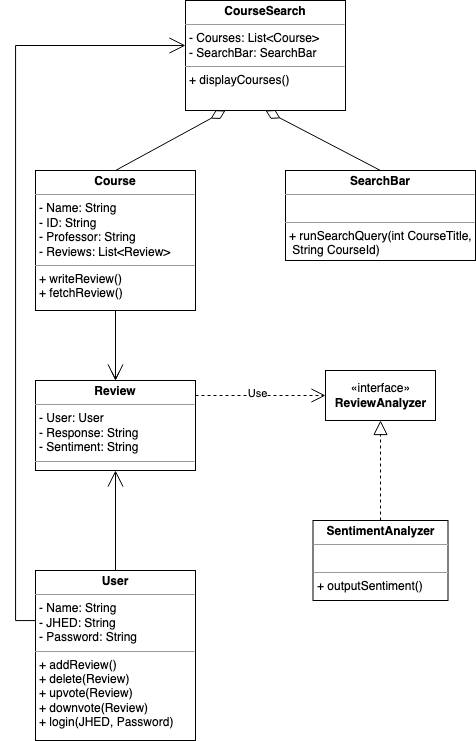
echua3/course-sentiment-analyzer keeps this draw.io diagram as docs/design/it4_class_diagram1.png. Above is the earlier version. Source tidied: cells renumbered, new cells last; positions are measured from the earlier drawing's top-left corner, leaving out a move shared by most shapes.
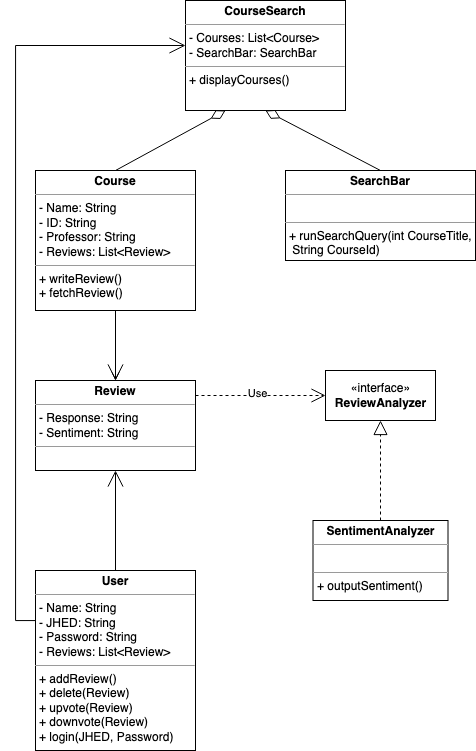
Above is the later version.

Diff of the diagram source:
```diff
@@ -17,7 +17,7 @@
     <mxCell id="6" style="edgeStyle=none;rounded=0;jettySize=auto;html=1;exitX=0.5;exitY=1;exitDx=0;exitDy=0;entryX=0.5;entryY=0;entryDx=0;entryDy=0;startArrow=open;startFill=0;endArrow=none;endFill=0;startSize=14;endSize=14;sourcePerimeterSpacing=0;" parent="1" edge="1" source="7" target="9">
       <mxGeometry relative="1" as="geometry" />
     </mxCell>
-    <mxCell id="7" value="&lt;p style=&quot;margin:0px;margin-top:4px;text-align:center;&quot;&gt;&lt;b&gt;Review&lt;/b&gt;&lt;/p&gt;&lt;hr size=&quot;1&quot;&gt;&lt;p style=&quot;margin:0px;margin-left:4px;&quot;&gt;- User: User&lt;/p&gt;&lt;p style=&quot;margin:0px;margin-left:4px;&quot;&gt;- Response: String&lt;/p&gt;&lt;p style=&quot;margin:0px;margin-left:4px;&quot;&gt;- Sentiment: String&lt;/p&gt;&lt;hr size=&quot;1&quot;&gt;&lt;p style=&quot;margin:0px;margin-left:4px;&quot;&gt;&lt;br&gt;&lt;/p&gt;" style="verticalAlign=top;align=left;overflow=fill;fontSize=12;fontFamily=Helvetica;html=1;" parent="1" vertex="1">
+    <mxCell id="7" value="&lt;p style=&quot;margin:0px;margin-top:4px;text-align:center;&quot;&gt;&lt;b&gt;Review&lt;/b&gt;&lt;/p&gt;&lt;hr size=&quot;1&quot;&gt;&lt;p style=&quot;margin:0px;margin-left:4px;&quot;&gt;&lt;span style=&quot;background-color: initial;&quot;&gt;- Response: String&lt;/span&gt;&lt;br&gt;&lt;/p&gt;&lt;p style=&quot;margin:0px;margin-left:4px;&quot;&gt;- Sentiment: String&lt;/p&gt;&lt;hr size=&quot;1&quot;&gt;&lt;p style=&quot;margin:0px;margin-left:4px;&quot;&gt;&lt;br&gt;&lt;/p&gt;" style="verticalAlign=top;align=left;overflow=fill;fontSize=12;fontFamily=Helvetica;html=1;" parent="1" vertex="1">
       <mxGeometry x="20" y="380" width="160" height="90" as="geometry" />
     </mxCell>
     <mxCell id="8" style="edgeStyle=orthogonalEdgeStyle;rounded=0;jettySize=auto;html=1;exitX=0;exitY=0.5;exitDx=0;exitDy=0;startArrow=none;startFill=0;endArrow=open;endFill=0;startSize=14;endSize=14;sourcePerimeterSpacing=0;" parent="1" edge="1" source="9" target="12">
@@ -28,8 +28,8 @@
         </Array>
       </mxGeometry>
     </mxCell>
-    <mxCell id="9" value="&lt;p style=&quot;margin:0px;margin-top:4px;text-align:center;&quot;&gt;&lt;b&gt;User&lt;/b&gt;&lt;/p&gt;&lt;hr size=&quot;1&quot;&gt;&lt;p style=&quot;margin:0px;margin-left:4px;&quot;&gt;- Name: String&lt;/p&gt;&lt;p style=&quot;margin:0px;margin-left:4px;&quot;&gt;- JHED: String&lt;br&gt;&lt;/p&gt;&lt;p style=&quot;margin:0px;margin-left:4px;&quot;&gt;- Password: String&lt;/p&gt;&lt;hr size=&quot;1&quot;&gt;&lt;p style=&quot;margin:0px;margin-left:4px;&quot;&gt;+ addReview()&lt;/p&gt;&lt;p style=&quot;margin:0px;margin-left:4px;&quot;&gt;+ delete(Review)&lt;/p&gt;&lt;p style=&quot;margin:0px;margin-left:4px;&quot;&gt;+ upvote(Review)&lt;/p&gt;&lt;p style=&quot;margin: 0px 0px 0px 4px;&quot;&gt;+ downvote(Review)&lt;/p&gt;&lt;p style=&quot;margin:0px;margin-left:4px;&quot;&gt;+ login(JHED, Password)&lt;/p&gt;" style="verticalAlign=top;align=left;overflow=fill;fontSize=12;fontFamily=Helvetica;html=1;" parent="1" vertex="1">
-      <mxGeometry x="20" y="570" width="160" height="170" as="geometry" />
+    <mxCell id="9" value="&lt;p style=&quot;margin:0px;margin-top:4px;text-align:center;&quot;&gt;&lt;b&gt;User&lt;/b&gt;&lt;/p&gt;&lt;hr size=&quot;1&quot;&gt;&lt;p style=&quot;margin:0px;margin-left:4px;&quot;&gt;- Name: String&lt;/p&gt;&lt;p style=&quot;margin:0px;margin-left:4px;&quot;&gt;- JHED: String&lt;br&gt;&lt;/p&gt;&lt;p style=&quot;margin:0px;margin-left:4px;&quot;&gt;- Password: String&lt;/p&gt;&lt;p style=&quot;margin:0px;margin-left:4px;&quot;&gt;- Reviews: List&amp;lt;Review&amp;gt;&lt;/p&gt;&lt;hr size=&quot;1&quot;&gt;&lt;p style=&quot;margin:0px;margin-left:4px;&quot;&gt;+ addReview()&lt;/p&gt;&lt;p style=&quot;margin:0px;margin-left:4px;&quot;&gt;+ delete(Review)&lt;/p&gt;&lt;p style=&quot;margin:0px;margin-left:4px;&quot;&gt;+ upvote(Review)&lt;/p&gt;&lt;p style=&quot;margin: 0px 0px 0px 4px;&quot;&gt;+ downvote(Review)&lt;/p&gt;&lt;p style=&quot;margin:0px;margin-left:4px;&quot;&gt;+ login(JHED, Password)&lt;/p&gt;" style="verticalAlign=top;align=left;overflow=fill;fontSize=12;fontFamily=Helvetica;html=1;" parent="1" vertex="1">
+      <mxGeometry x="20" y="570" width="160" height="180" as="geometry" />
     </mxCell>
     <mxCell id="10" style="edgeStyle=none;rounded=0;jettySize=auto;html=1;exitX=0.5;exitY=0;exitDx=0;exitDy=0;entryX=0.5;entryY=1;entryDx=0;entryDy=0;startArrow=none;startFill=0;endArrow=diamondThin;endFill=0;startSize=14;endSize=14;sourcePerimeterSpacing=0;" parent="1" edge="1" source="11" target="12">
       <mxGeometry relative="1" as="geometry" />
```
